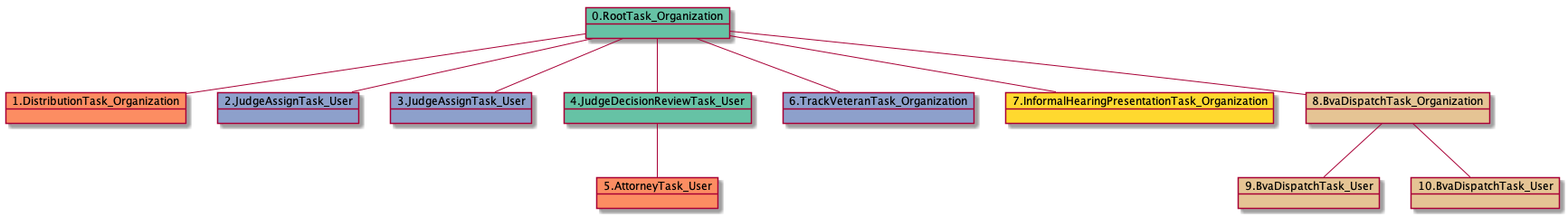
This is docs-DR/uml/RTO.DTO.JATU.JDRTU.ATU.TVTO.IHPTO.BDTO.BDTU-3875.png from yoomlam/graphing, a PlantUML export, as it was before one commit.
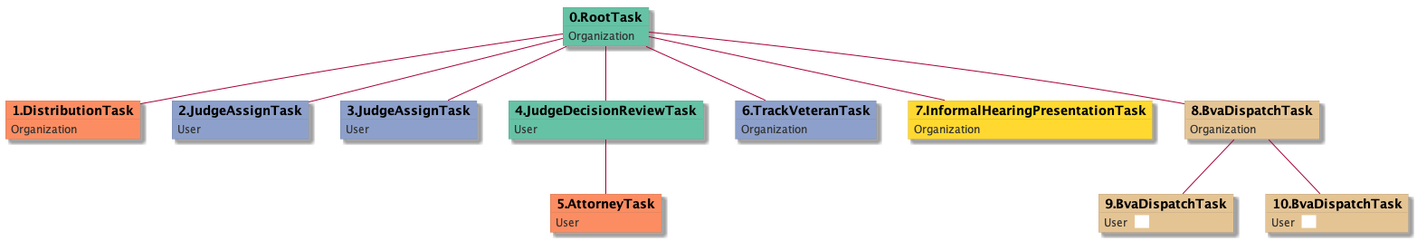
The same file after the commit.

Change to the diagram source:
```diff
@@ -1,23 +1,53 @@
 @startuml
-object 0.RootTask_Organization #66c2a5
-object 1.DistributionTask_Organization #fc8d62
-object 2.JudgeAssignTask_User #8da0cb
-object 3.JudgeAssignTask_User #8da0cb
-object 4.JudgeDecisionReviewTask_User #66c2a5
-object 5.AttorneyTask_User #fc8d62
-object 6.TrackVeteranTask_Organization #8da0cb
-object 7.InformalHearingPresentationTask_Organization #ffd92f
-object 8.BvaDispatchTask_Organization #e5c494
-object 9.BvaDispatchTask_User #e5c494
-object 10.BvaDispatchTask_User #e5c494
-0.RootTask_Organization -- 1.DistributionTask_Organization
-0.RootTask_Organization -- 2.JudgeAssignTask_User
-0.RootTask_Organization -- 3.JudgeAssignTask_User
-0.RootTask_Organization -- 4.JudgeDecisionReviewTask_User
-4.JudgeDecisionReviewTask_User -- 5.AttorneyTask_User
-0.RootTask_Organization -- 6.TrackVeteranTask_Organization
-0.RootTask_Organization -- 7.InformalHearingPresentationTask_Organization
-0.RootTask_Organization -- 8.BvaDispatchTask_Organization
-8.BvaDispatchTask_Organization -- 9.BvaDispatchTask_User
-8.BvaDispatchTask_Organization -- 10.BvaDispatchTask_User
+skinparam {
+  ObjectBorderColor #555
+  ObjectBorderThickness 0
+  ObjectFontStyle bold
+  ObjectFontSize 14
+  ObjectAttributeFontColor #333
+  ObjectAttributeFontSize 12
+}
+  object 0.RootTask #66c2a5 {
+Organization
+}
+  object 1.DistributionTask #fc8d62 {
+Organization
+}
+  object 2.JudgeAssignTask #8da0cb {
+User
+}
+  object 3.JudgeAssignTask #8da0cb {
+User
+}
+  object 4.JudgeDecisionReviewTask #66c2a5 {
+User
+}
+  object 5.AttorneyTask #fc8d62 {
+User
+}
+  object 6.TrackVeteranTask #8da0cb {
+Organization
+}
+  object 7.InformalHearingPresentationTask #ffd92f {
+Organization
+}
+  object 8.BvaDispatchTask #e5c494 {
+Organization
+}
+  object 9.BvaDispatchTask #e5c494 {
+User  <back:white>    </back>
+}
+  object 10.BvaDispatchTask #e5c494 {
+User  <back:white>    </back>
+}
+0.RootTask -- 1.DistributionTask
+0.RootTask -- 2.JudgeAssignTask
+0.RootTask -- 3.JudgeAssignTask
+0.RootTask -- 4.JudgeDecisionReviewTask
+4.JudgeDecisionReviewTask -- 5.AttorneyTask
+0.RootTask -- 6.TrackVeteranTask
+0.RootTask -- 7.InformalHearingPresentationTask
+0.RootTask -- 8.BvaDispatchTask
+8.BvaDispatchTask -- 9.BvaDispatchTask
+8.BvaDispatchTask -- 10.BvaDispatchTask
 @enduml
```
